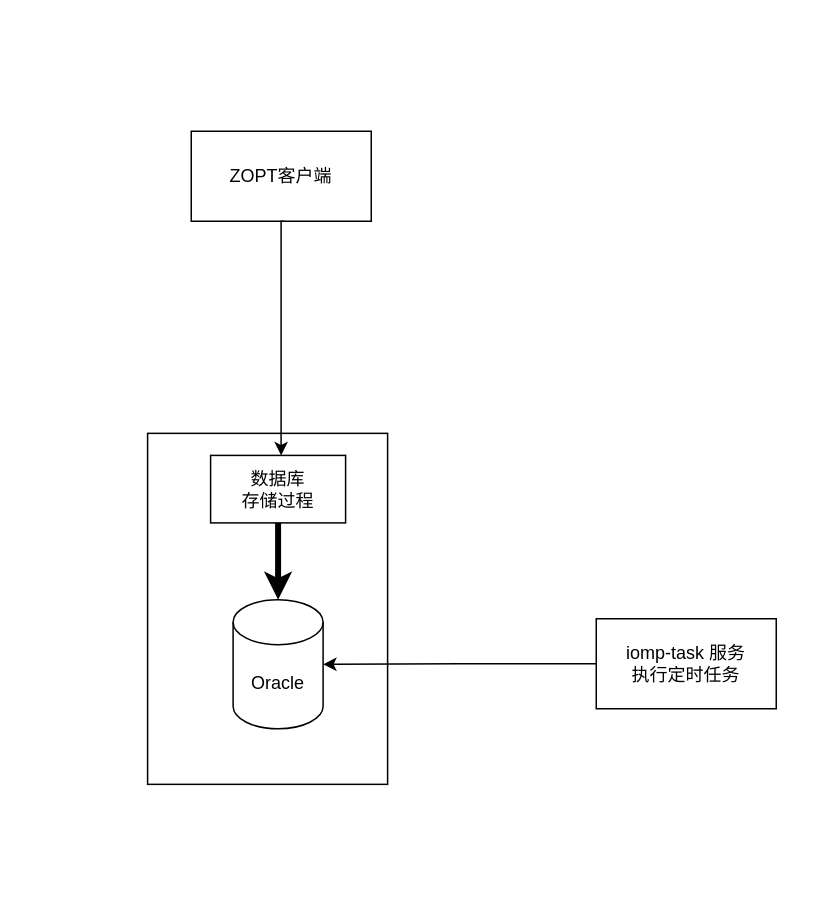
Above: drawio/定存架构.drawio in happinessandlove/Pic (draw.io), before the change. Source tidied: cells renumbered, new cells numbered last; positions are measured from the earlier drawing's top-left corner, leaving out a move shared by most shapes. Both pictures are drawn from the tidied source at 150%, with x=0, y=0 at pixel (92, 130).
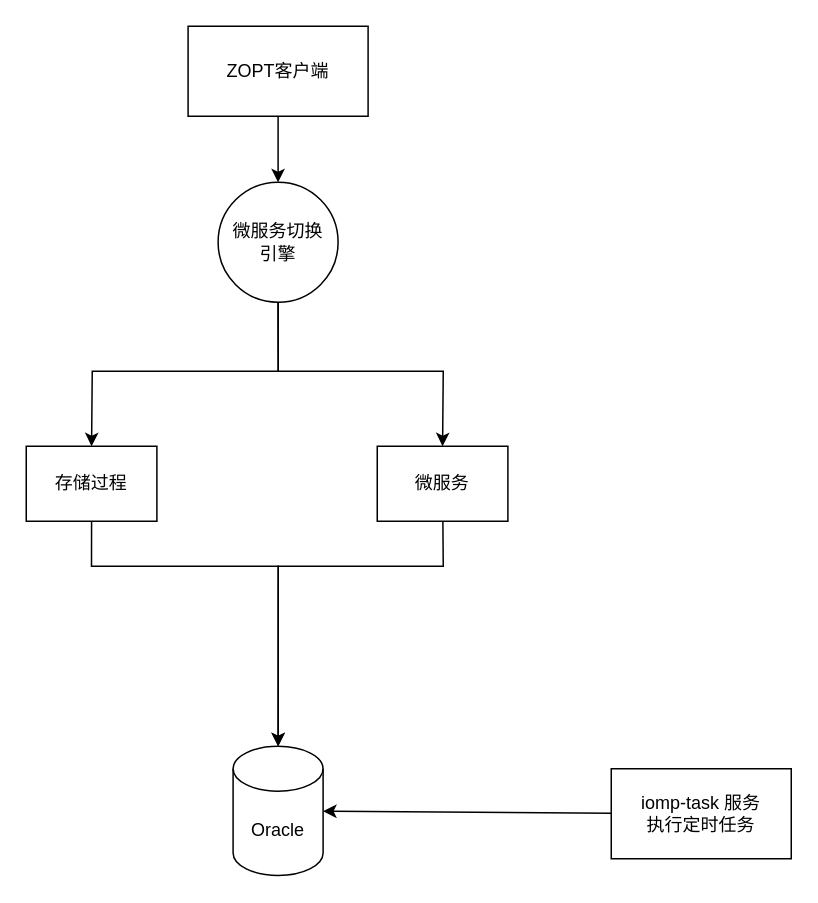
After the change.

Change to the diagram source:
```diff
@@
     <mxCell id="2" value="ZOPT客户端" style="rounded=0;whiteSpace=wrap;html=1;" parent="1" vertex="1">
-      <mxGeometry x="66" width="120" height="60" as="geometry" />
+      <mxGeometry x="63.9" y="-70" width="120" height="60" as="geometry" />
     </mxCell>
+    <mxCell id="9" style="edgeStyle=none;rounded=0;jettySize=auto;html=1;strokeColor=default;strokeWidth=1;startArrow=none;startFill=0;sourcePerimeterSpacing=0;" parent="1" edge="1" source="3" target="6">
+      <mxGeometry relative="1" as="geometry" />
+    </mxCell>
     <mxCell id="3" value="iomp-task 服务&lt;br&gt;执行定时任务" style="rounded=0;whiteSpace=wrap;html=1;" parent="1" vertex="1">
-      <mxGeometry x="336" y="325" width="120" height="60" as="geometry" />
+      <mxGeometry x="346" y="425" width="120" height="60" as="geometry" />
     </mxCell>
-    <mxCell id="4" style="group;" parent="1" vertex="1">
-      <mxGeometry x="36" y="200" width="197.9" height="198.4" as="geometry" />
-    </mxCell>
-    <mxCell id="5" style="rounded=0;whiteSpace=wrap;html=1;rotation=90;" parent="4" vertex="1">
-      <mxGeometry x="-36.1" y="38.4" width="234" height="160" as="geometry" />
-    </mxCell>
-    <mxCell id="6" value="Oracle" style="shape=cylinder3;whiteSpace=wrap;html=1;boundedLbl=1;backgroundOutline=1;size=15;" parent="4" vertex="1">
-      <mxGeometry x="57.9" y="112.3" width="60" height="86.1" as="geometry" />
+    <mxCell id="6" value="Oracle" style="shape=cylinder3;whiteSpace=wrap;html=1;boundedLbl=1;backgroundOutline=1;size=15;" parent="1" vertex="1">
+      <mxGeometry x="93.9" y="410" width="60" height="86.1" as="geometry" />
     </mxCell>
-    <mxCell id="7" style="edgeStyle=orthogonalEdgeStyle;rounded=0;jettySize=auto;html=1;strokeWidth=4;" parent="4" edge="1" source="8" target="6">
-      <mxGeometry relative="1" as="geometry" />
+    <mxCell id="7" style="edgeStyle=orthogonalEdgeStyle;rounded=0;jettySize=auto;html=1;strokeWidth=1;exitX=0.5;exitY=1;exitDx=0;exitDy=0;" parent="1" edge="1" source="16" target="6">
+      <mxGeometry relative="1" as="geometry">
+        <Array as="points">
+          <mxPoint y="290" />
+          <mxPoint x="124" y="290" />
+        </Array>
+      </mxGeometry>
     </mxCell>
-    <mxCell id="8" value="数据库&lt;br&gt;存储过程" style="rounded=0;whiteSpace=wrap;html=1;" parent="4" vertex="1">
-      <mxGeometry x="42.9" y="16.1" width="90" height="45" as="geometry" />
-    </mxCell>
-    <mxCell id="9" style="edgeStyle=orthogonalEdgeStyle;rounded=0;jettySize=auto;html=1;" parent="1" edge="1" source="3" target="6">
-      <mxGeometry relative="1" as="geometry" />
-    </mxCell>
-    <mxCell id="10" style="edgeStyle=orthogonalEdgeStyle;rounded=0;orthogonalLoop=1;jettySize=auto;html=1;entryX=0.5;entryY=0;entryDx=0;entryDy=0;" parent="1" edge="1">
-      <mxGeometry relative="1" as="geometry">
-        <mxPoint x="128" y="60" as="sourcePoint" />
-        <mxPoint x="125.9" y="216.1" as="targetPoint" />
-        <Array as="points">
-          <mxPoint x="126" y="60" />
-        </Array>
-      </mxGeometry>
-    </mxCell>
+    <mxCell id="11" style="edgeStyle=none;rounded=0;jettySize=auto;html=1;entryX=0.5;entryY=0;entryDx=0;entryDy=0;strokeWidth=1;" parent="1" edge="1" source="12" target="16">
+      <mxGeometry relative="1" as="geometry">
+        <Array as="points">
+          <mxPoint x="124" y="160" />
+          <mxPoint y="160" />
+        </Array>
+      </mxGeometry>
+    </mxCell>
+    <mxCell id="12" value="微服务切换&lt;br&gt;引擎" style="ellipse;whiteSpace=wrap;html=1;" parent="1" vertex="1">
+      <mxGeometry x="83.9" y="34" width="80" height="80" as="geometry" />
+    </mxCell>
+    <mxCell id="13" style="endArrow=none;html=1;rounded=0;strokeWidth=1;entryX=0.5;entryY=1;entryDx=0;entryDy=0;strokeColor=default;sourcePerimeterSpacing=0;startArrow=classic;startFill=1;" parent="1" edge="1" source="12" target="2">
+      <mxGeometry relative="1" as="geometry" />
+    </mxCell>
+    <mxCell id="14" style="edgeStyle=none;rounded=0;jettySize=auto;html=1;entryX=0.5;entryY=0;entryDx=0;entryDy=0;entryPerimeter=0;strokeWidth=1;" parent="1" edge="1" source="15" target="6">
+      <mxGeometry relative="1" as="geometry">
+        <Array as="points">
+          <mxPoint x="234" y="290" />
+          <mxPoint x="124" y="290" />
+        </Array>
+      </mxGeometry>
+    </mxCell>
+    <mxCell id="15" value="微服务" style="rounded=0;whiteSpace=wrap;html=1;fillColor=default;" parent="1" vertex="1">
+      <mxGeometry x="190" y="210" width="87.1" height="50" as="geometry" />
+    </mxCell>
+    <mxCell id="16" value="存储过程" style="rounded=0;whiteSpace=wrap;html=1;fillColor=default;" parent="1" vertex="1">
+      <mxGeometry x="-44" y="210" width="87.1" height="50" as="geometry" />
+    </mxCell>
+    <mxCell id="17" style="endArrow=none;html=1;rounded=0;strokeWidth=1;entryX=0.5;entryY=1;entryDx=0;entryDy=0;exitX=0.5;exitY=0;exitDx=0;exitDy=0;startArrow=classic;startFill=1;" parent="1" edge="1" source="15" target="12">
+      <mxGeometry relative="1" as="geometry">
+        <Array as="points">
+          <mxPoint x="234" y="160" />
+          <mxPoint x="124" y="160" />
+        </Array>
+      </mxGeometry>
+    </mxCell>
```
